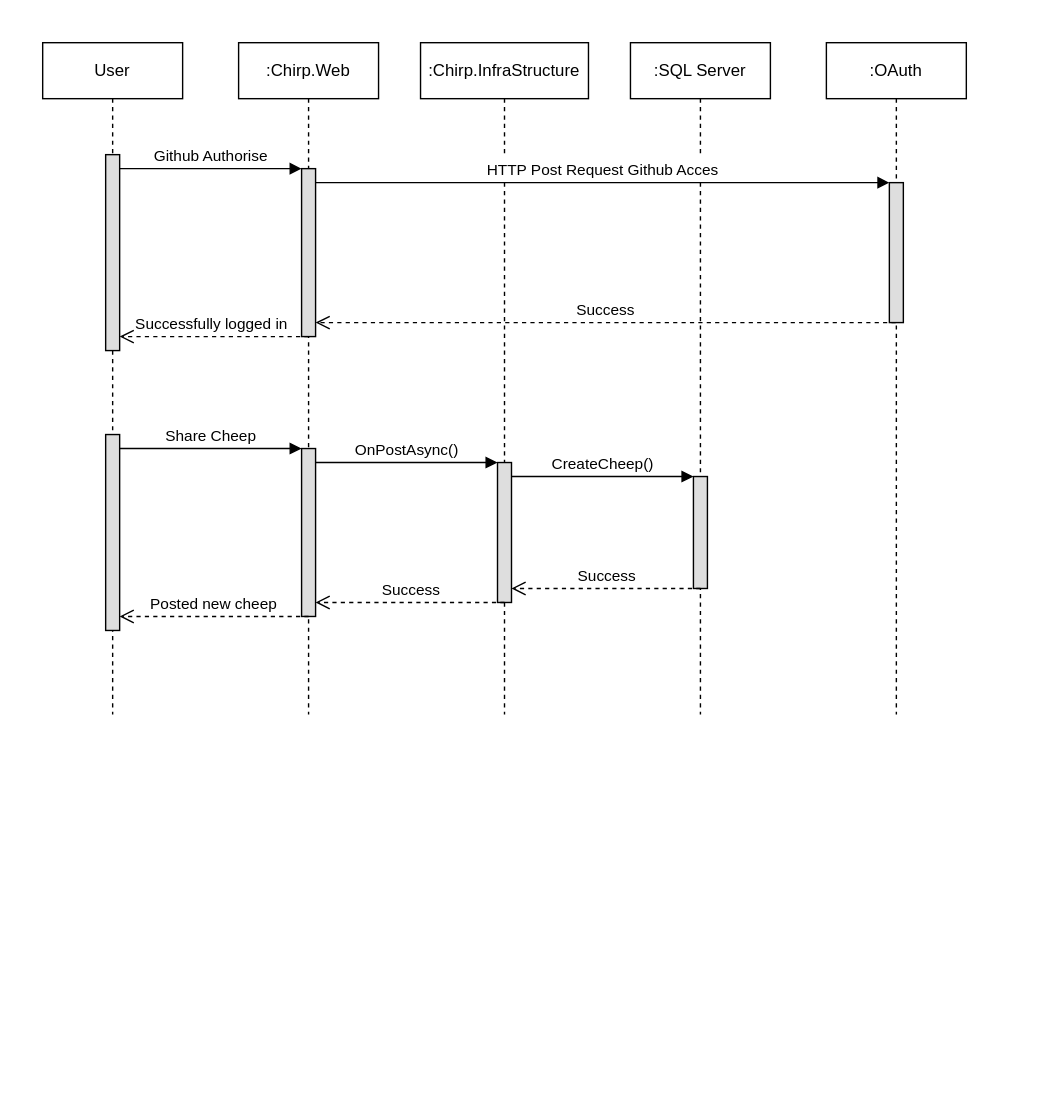
The draw.io diagram docs/Diagrams/SequenceDiagram2.drawio.svg in ITU-BDSA2024-GROUP22/Chirp, before a commit. Source tidied: cells renumbered, new cells last; positions are measured from the earlier drawing's top-left corner, leaving out a move shared by most shapes.
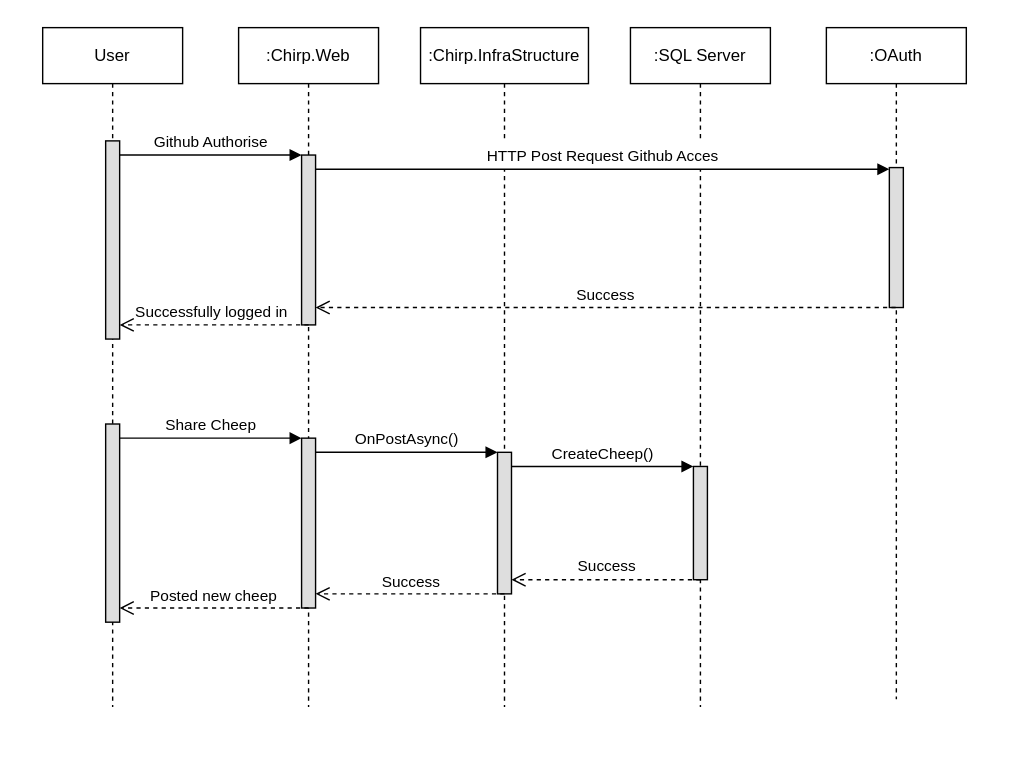
Later version of the same file.

Commit message:
added sequence diagram 2

What changed in the source:
```diff
@@ -2,127 +2,124 @@
   <root>
     <mxCell id="0" />
     <mxCell id="1" parent="0" />
-    <mxCell id="2" style="group;" parent="1" vertex="1">
-      <mxGeometry x="30" y="30" width="710" height="750" as="geometry" />
-    </mxCell>
-    <mxCell id="3" style="rounded=0;whiteSpace=wrap;html=1;strokeColor=#ffffff;" parent="2" vertex="1">
-      <mxGeometry x="-30" y="-30" width="740" height="580" as="geometry" />
-    </mxCell>
+    <mxCell id="27" style="rounded=0;whiteSpace=wrap;html=1;strokeColor=none;" parent="1" vertex="1">
+      <mxGeometry y="10" width="720" height="544" as="geometry" />
+    </mxCell>
+    <mxCell id="24" value=":OAuth" style="shape=umlLifeline;perimeter=lifelinePerimeter;whiteSpace=wrap;html=1;outlineConnect=0;portConstraint=eastwest;newEdgeStyle={&quot;edgeStyle&quot;:&quot;elbowEdgeStyle&quot;,&quot;elbow&quot;:&quot;vertical&quot;,&quot;curved&quot;:0,&quot;rounded&quot;:0};" parent="1" vertex="1">
+      <mxGeometry x="590" y="30" width="100" height="480" as="geometry" />
+    </mxCell>
+    <mxCell id="25" style="html=1;perimeter=orthogonalPerimeter;targetShapes=umlLifeline;newEdgeStyle={&quot;edgeStyle&quot;:&quot;elbowEdgeStyle&quot;,&quot;elbow&quot;:&quot;vertical&quot;,&quot;curved&quot;:0,&quot;rounded&quot;:0};fillColor=#dedede;" parent="24" vertex="1">
+      <mxGeometry x="45" y="100" width="10" height="100" as="geometry" />
+    </mxCell>
+    <mxCell id="26" value="Success" style="html=1;verticalAlign=bottom;endArrow=open;dashed=1;endSize=8;edgeStyle=elbowEdgeStyle;elbow=vertical;curved=0;rounded=0;" parent="1" edge="1" source="24" target="5">
+      <mxGeometry relative="1" as="geometry">
+        <Array as="points">
+          <mxPoint x="320" y="230" />
+          <mxPoint x="300" y="240" />
+        </Array>
+      </mxGeometry>
+    </mxCell>
-    <mxCell id="4" value=":Chirp.Web" style="shape=umlLifeline;perimeter=lifelinePerimeter;whiteSpace=wrap;html=1;newEdgeStyle={&quot;edgeStyle&quot;:&quot;elbowEdgeStyle&quot;,&quot;elbow&quot;:&quot;vertical&quot;,&quot;curved&quot;:0,&quot;rounded&quot;:0};" parent="2" vertex="1">
-      <mxGeometry x="140" width="100" height="480" as="geometry" />
+    <mxCell id="4" value=":Chirp.Web" style="shape=umlLifeline;perimeter=lifelinePerimeter;whiteSpace=wrap;html=1;newEdgeStyle={&quot;edgeStyle&quot;:&quot;elbowEdgeStyle&quot;,&quot;elbow&quot;:&quot;vertical&quot;,&quot;curved&quot;:0,&quot;rounded&quot;:0};" parent="1" vertex="1">
+      <mxGeometry x="170" y="30" width="100" height="485.5" as="geometry" />
     </mxCell>
     <mxCell id="5" style="html=1;points=[];perimeter=orthogonalPerimeter;outlineConnect=0;targetShapes=umlLifeline;portConstraint=eastwest;newEdgeStyle={&quot;edgeStyle&quot;:&quot;elbowEdgeStyle&quot;,&quot;elbow&quot;:&quot;vertical&quot;,&quot;curved&quot;:0,&quot;rounded&quot;:0};fillColor=#dedede;" parent="4" vertex="1">
-      <mxGeometry x="45" y="90" width="10" height="120" as="geometry" />
+      <mxGeometry x="45" y="91" width="10" height="121.4" as="geometry" />
     </mxCell>
-    <mxCell id="6" value=":Chirp.InfraStructure" style="shape=umlLifeline;perimeter=lifelinePerimeter;whiteSpace=wrap;html=1;newEdgeStyle={&quot;edgeStyle&quot;:&quot;elbowEdgeStyle&quot;,&quot;elbow&quot;:&quot;vertical&quot;,&quot;curved&quot;:0,&quot;rounded&quot;:0};" parent="2" vertex="1">
-      <mxGeometry x="270" width="120" height="480" as="geometry" />
+    <mxCell id="6" value=":Chirp.InfraStructure" style="shape=umlLifeline;perimeter=lifelinePerimeter;whiteSpace=wrap;html=1;newEdgeStyle={&quot;edgeStyle&quot;:&quot;elbowEdgeStyle&quot;,&quot;elbow&quot;:&quot;vertical&quot;,&quot;curved&quot;:0,&quot;rounded&quot;:0};" parent="1" vertex="1">
+      <mxGeometry x="300" y="30" width="120" height="485.5" as="geometry" />
     </mxCell>
-    <mxCell id="7" value=":SQL Server" style="shape=umlLifeline;perimeter=lifelinePerimeter;whiteSpace=wrap;html=1;newEdgeStyle={&quot;edgeStyle&quot;:&quot;elbowEdgeStyle&quot;,&quot;elbow&quot;:&quot;vertical&quot;,&quot;curved&quot;:0,&quot;rounded&quot;:0};" parent="2" vertex="1">
-      <mxGeometry x="420" width="100" height="480" as="geometry" />
+    <mxCell id="7" value=":SQL Server" style="shape=umlLifeline;perimeter=lifelinePerimeter;whiteSpace=wrap;html=1;newEdgeStyle={&quot;edgeStyle&quot;:&quot;elbowEdgeStyle&quot;,&quot;elbow&quot;:&quot;vertical&quot;,&quot;curved&quot;:0,&quot;rounded&quot;:0};" parent="1" vertex="1">
+      <mxGeometry x="450" y="30" width="100" height="485.5" as="geometry" />
     </mxCell>
-    <mxCell id="8" value="User" style="shape=umlLifeline;perimeter=lifelinePerimeter;whiteSpace=wrap;html=1;newEdgeStyle={&quot;edgeStyle&quot;:&quot;elbowEdgeStyle&quot;,&quot;elbow&quot;:&quot;vertical&quot;,&quot;curved&quot;:0,&quot;rounded&quot;:0};" parent="2" vertex="1">
-      <mxGeometry width="100" height="480" as="geometry" />
+    <mxCell id="8" value="User" style="shape=umlLifeline;perimeter=lifelinePerimeter;whiteSpace=wrap;html=1;newEdgeStyle={&quot;edgeStyle&quot;:&quot;elbowEdgeStyle&quot;,&quot;elbow&quot;:&quot;vertical&quot;,&quot;curved&quot;:0,&quot;rounded&quot;:0};" parent="1" vertex="1">
+      <mxGeometry x="30" y="30" width="100" height="485.5" as="geometry" />
     </mxCell>
     <mxCell id="9" style="html=1;points=[];perimeter=orthogonalPerimeter;outlineConnect=0;targetShapes=umlLifeline;portConstraint=eastwest;newEdgeStyle={&quot;edgeStyle&quot;:&quot;elbowEdgeStyle&quot;,&quot;elbow&quot;:&quot;vertical&quot;,&quot;curved&quot;:0,&quot;rounded&quot;:0};fillColor=#dedede;" parent="8" vertex="1">
-      <mxGeometry x="45" y="80" width="10" height="140" as="geometry" />
+      <mxGeometry x="45" y="80.9" width="10" height="141.6" as="geometry" />
     </mxCell>
-    <mxCell id="10" value="Successfully logged in&amp;nbsp;" style="html=1;verticalAlign=bottom;endArrow=open;dashed=1;endSize=8;edgeStyle=elbowEdgeStyle;elbow=vertical;curved=0;rounded=0;" parent="2" edge="1" target="9">
+    <mxCell id="10" value="Successfully logged in&amp;nbsp;" style="html=1;verticalAlign=bottom;endArrow=open;dashed=1;endSize=8;edgeStyle=elbowEdgeStyle;elbow=vertical;curved=0;rounded=0;" parent="1" edge="1" target="9">
       <mxGeometry relative="1" as="geometry">
-        <mxPoint x="190" y="210" as="sourcePoint" />
+        <mxPoint x="220" y="242.4" as="sourcePoint" />
         <Array as="points">
-          <mxPoint x="155" y="210" />
-          <mxPoint x="135" y="220" />
+          <mxPoint x="185" y="242.4" />
+          <mxPoint x="165" y="252.5" />
         </Array>
       </mxGeometry>
     </mxCell>
-    <mxCell id="11" value="Github Authorise" style="html=1;verticalAlign=bottom;endArrow=block;curved=0;rounded=0;" parent="2" edge="1">
+    <mxCell id="11" value="Github Authorise" style="html=1;verticalAlign=bottom;endArrow=block;curved=0;rounded=0;" parent="1" edge="1">
       <mxGeometry relative="1" as="geometry">
-        <mxPoint x="55" y="90" as="sourcePoint" />
-        <mxPoint x="185" y="90" as="targetPoint" />
+        <mxPoint x="85" y="121" as="sourcePoint" />
+        <mxPoint x="215" y="121" as="targetPoint" />
       </mxGeometry>
     </mxCell>
-    <mxCell id="12" style="rounded=0;whiteSpace=wrap;html=1;strokeColor=none;" parent="2" vertex="1">
-      <mxGeometry x="310" y="80" width="180" height="20" as="geometry" />
+    <mxCell id="12" style="rounded=0;whiteSpace=wrap;html=1;strokeColor=none;" parent="1" vertex="1">
+      <mxGeometry x="340" y="110.9" width="180" height="20.2" as="geometry" />
     </mxCell>
-    <mxCell id="13" style="html=1;perimeter=orthogonalPerimeter;targetShapes=umlLifeline;newEdgeStyle={&quot;edgeStyle&quot;:&quot;elbowEdgeStyle&quot;,&quot;elbow&quot;:&quot;vertical&quot;,&quot;curved&quot;:0,&quot;rounded&quot;:0};fillColor=#dedede;" parent="2" vertex="1">
-      <mxGeometry x="45" y="280" width="10" height="140" as="geometry" />
+    <mxCell id="13" style="html=1;perimeter=orthogonalPerimeter;targetShapes=umlLifeline;newEdgeStyle={&quot;edgeStyle&quot;:&quot;elbowEdgeStyle&quot;,&quot;elbow&quot;:&quot;vertical&quot;,&quot;curved&quot;:0,&quot;rounded&quot;:0};fillColor=#dedede;" parent="1" vertex="1">
+      <mxGeometry x="75" y="313.2" width="10" height="141.6" as="geometry" />
     </mxCell>
-    <mxCell id="14" value="HTTP Post Request Github Acces" style="html=1;verticalAlign=bottom;endArrow=block;curved=0;rounded=0;" parent="2" edge="1">
+    <mxCell id="14" value="HTTP Post Request Github Acces" style="html=1;verticalAlign=bottom;endArrow=block;curved=0;rounded=0;" parent="1" edge="1">
       <mxGeometry relative="1" as="geometry">
-        <mxPoint x="195" y="100" as="sourcePoint" />
-        <mxPoint x="605" y="100" as="targetPoint" />
+        <mxPoint x="225" y="131.2" as="sourcePoint" />
+        <mxPoint x="635" y="131.2" as="targetPoint" />
       </mxGeometry>
     </mxCell>
-    <mxCell id="15" style="html=1;perimeter=orthogonalPerimeter;targetShapes=umlLifeline;newEdgeStyle={&quot;edgeStyle&quot;:&quot;elbowEdgeStyle&quot;,&quot;elbow&quot;:&quot;vertical&quot;,&quot;curved&quot;:0,&quot;rounded&quot;:0};fillColor=#dedede;" parent="2" vertex="1">
-      <mxGeometry x="185" y="290" width="10" height="120" as="geometry" />
+    <mxCell id="15" style="html=1;perimeter=orthogonalPerimeter;targetShapes=umlLifeline;newEdgeStyle={&quot;edgeStyle&quot;:&quot;elbowEdgeStyle&quot;,&quot;elbow&quot;:&quot;vertical&quot;,&quot;curved&quot;:0,&quot;rounded&quot;:0};fillColor=#dedede;" parent="1" vertex="1">
+      <mxGeometry x="215" y="323.3" width="10" height="121.4" as="geometry" />
     </mxCell>
-    <mxCell id="16" value="Share Cheep" style="html=1;verticalAlign=bottom;endArrow=block;curved=0;rounded=0;" parent="2" edge="1">
+    <mxCell id="16" value="Share Cheep" style="html=1;verticalAlign=bottom;endArrow=block;curved=0;rounded=0;" parent="1" edge="1">
       <mxGeometry relative="1" as="geometry">
-        <mxPoint x="55" y="290" as="sourcePoint" />
-        <mxPoint x="185" y="290" as="targetPoint" />
+        <mxPoint x="85" y="323.3" as="sourcePoint" />
+        <mxPoint x="215" y="323.3" as="targetPoint" />
       </mxGeometry>
     </mxCell>
-    <mxCell id="17" style="html=1;perimeter=orthogonalPerimeter;targetShapes=umlLifeline;newEdgeStyle={&quot;edgeStyle&quot;:&quot;elbowEdgeStyle&quot;,&quot;elbow&quot;:&quot;vertical&quot;,&quot;curved&quot;:0,&quot;rounded&quot;:0};fillColor=#dedede;" parent="2" vertex="1">
-      <mxGeometry x="325" y="300" width="10" height="100" as="geometry" />
+    <mxCell id="17" style="html=1;perimeter=orthogonalPerimeter;targetShapes=umlLifeline;newEdgeStyle={&quot;edgeStyle&quot;:&quot;elbowEdgeStyle&quot;,&quot;elbow&quot;:&quot;vertical&quot;,&quot;curved&quot;:0,&quot;rounded&quot;:0};fillColor=#dedede;" parent="1" vertex="1">
+      <mxGeometry x="355" y="333.5" width="10" height="101.2" as="geometry" />
     </mxCell>
-    <mxCell id="18" style="html=1;perimeter=orthogonalPerimeter;targetShapes=umlLifeline;newEdgeStyle={&quot;edgeStyle&quot;:&quot;elbowEdgeStyle&quot;,&quot;elbow&quot;:&quot;vertical&quot;,&quot;curved&quot;:0,&quot;rounded&quot;:0};fillColor=#dedede;" parent="2" vertex="1">
-      <mxGeometry x="465" y="310" width="10" height="80" as="geometry" />
+    <mxCell id="18" style="html=1;perimeter=orthogonalPerimeter;targetShapes=umlLifeline;newEdgeStyle={&quot;edgeStyle&quot;:&quot;elbowEdgeStyle&quot;,&quot;elbow&quot;:&quot;vertical&quot;,&quot;curved&quot;:0,&quot;rounded&quot;:0};fillColor=#dedede;" parent="1" vertex="1">
+      <mxGeometry x="495" y="343.6" width="10" height="80.9" as="geometry" />
     </mxCell>
-    <mxCell id="19" value="OnPostAsync()" style="html=1;verticalAlign=bottom;endArrow=block;curved=0;rounded=0;" parent="2" edge="1">
+    <mxCell id="19" value="OnPostAsync()" style="html=1;verticalAlign=bottom;endArrow=block;curved=0;rounded=0;" parent="1" edge="1">
       <mxGeometry relative="1" as="geometry">
-        <mxPoint x="195" y="300" as="sourcePoint" />
-        <mxPoint x="325" y="300" as="targetPoint" />
+        <mxPoint x="225" y="333.5" as="sourcePoint" />
+        <mxPoint x="355" y="333.5" as="targetPoint" />
       </mxGeometry>
     </mxCell>
-    <mxCell id="20" value="CreateCheep()" style="html=1;verticalAlign=bottom;endArrow=block;curved=0;rounded=0;" parent="2" edge="1">
+    <mxCell id="20" value="CreateCheep()" style="html=1;verticalAlign=bottom;endArrow=block;curved=0;rounded=0;" parent="1" edge="1">
       <mxGeometry relative="1" as="geometry">
-        <mxPoint x="335" y="310" as="sourcePoint" />
-        <mxPoint x="465" y="310" as="targetPoint" />
+        <mxPoint x="365" y="343.6" as="sourcePoint" />
+        <mxPoint x="495" y="343.6" as="targetPoint" />
       </mxGeometry>
     </mxCell>
-    <mxCell id="21" value="Success" style="html=1;verticalAlign=bottom;endArrow=open;dashed=1;endSize=8;edgeStyle=elbowEdgeStyle;elbow=vertical;curved=0;rounded=0;" parent="2" edge="1">
+    <mxCell id="21" value="Success" style="html=1;verticalAlign=bottom;endArrow=open;dashed=1;endSize=8;edgeStyle=elbowEdgeStyle;elbow=vertical;curved=0;rounded=0;" parent="1" edge="1">
       <mxGeometry relative="1" as="geometry">
-        <mxPoint x="470" y="390" as="sourcePoint" />
-        <mxPoint x="335" y="390" as="targetPoint" />
+        <mxPoint x="500" y="424.5" as="sourcePoint" />
+        <mxPoint x="365" y="424.5" as="targetPoint" />
         <Array as="points">
-          <mxPoint x="435" y="390" />
-          <mxPoint x="415" y="400" />
+          <mxPoint x="465" y="424.5" />
+          <mxPoint x="445" y="434.6" />
         </Array>
       </mxGeometry>
     </mxCell>
-    <mxCell id="22" value="Success" style="html=1;verticalAlign=bottom;endArrow=open;dashed=1;endSize=8;edgeStyle=elbowEdgeStyle;elbow=vertical;curved=0;rounded=0;" parent="2" edge="1">
+    <mxCell id="22" value="Success" style="html=1;verticalAlign=bottom;endArrow=open;dashed=1;endSize=8;edgeStyle=elbowEdgeStyle;elbow=vertical;curved=0;rounded=0;" parent="1" edge="1">
       <mxGeometry relative="1" as="geometry">
-        <mxPoint x="330" y="400" as="sourcePoint" />
-        <mxPoint x="195" y="400" as="targetPoint" />
+        <mxPoint x="360" y="434.6" as="sourcePoint" />
+        <mxPoint x="225" y="434.6" as="targetPoint" />
         <Array as="points">
-          <mxPoint x="295" y="400" />
-          <mxPoint x="275" y="410" />
+          <mxPoint x="325" y="434.6" />
+          <mxPoint x="305" y="444.7" />
         </Array>
       </mxGeometry>
     </mxCell>
-    <mxCell id="23" value="Posted new cheep" style="html=1;verticalAlign=bottom;endArrow=open;dashed=1;endSize=8;edgeStyle=elbowEdgeStyle;elbow=vertical;curved=0;rounded=0;" parent="2" edge="1">
+    <mxCell id="23" value="Posted new cheep" style="html=1;verticalAlign=bottom;endArrow=open;dashed=1;endSize=8;edgeStyle=elbowEdgeStyle;elbow=vertical;curved=0;rounded=0;" parent="1" edge="1">
       <mxGeometry relative="1" as="geometry">
-        <mxPoint x="190" y="410" as="sourcePoint" />
-        <mxPoint x="55" y="410" as="targetPoint" />
+        <mxPoint x="220" y="444.7" as="sourcePoint" />
+        <mxPoint x="85" y="444.7" as="targetPoint" />
         <Array as="points">
-          <mxPoint x="155" y="410" />
-          <mxPoint x="135" y="420" />
+          <mxPoint x="185" y="444.7" />
+          <mxPoint x="165" y="454.8" />
         </Array>
       </mxGeometry>
     </mxCell>
-    <mxCell id="24" value=":OAuth" style="shape=umlLifeline;perimeter=lifelinePerimeter;whiteSpace=wrap;html=1;outlineConnect=0;portConstraint=eastwest;newEdgeStyle={&quot;edgeStyle&quot;:&quot;elbowEdgeStyle&quot;,&quot;elbow&quot;:&quot;vertical&quot;,&quot;curved&quot;:0,&quot;rounded&quot;:0};" parent="1" vertex="1">
-      <mxGeometry x="590" y="30" width="100" height="480" as="geometry" />
-    </mxCell>
-    <mxCell id="25" style="html=1;perimeter=orthogonalPerimeter;targetShapes=umlLifeline;newEdgeStyle={&quot;edgeStyle&quot;:&quot;elbowEdgeStyle&quot;,&quot;elbow&quot;:&quot;vertical&quot;,&quot;curved&quot;:0,&quot;rounded&quot;:0};fillColor=#dedede;" parent="24" vertex="1">
-      <mxGeometry x="45" y="100" width="10" height="100" as="geometry" />
-    </mxCell>
-    <mxCell id="26" value="Success" style="html=1;verticalAlign=bottom;endArrow=open;dashed=1;endSize=8;edgeStyle=elbowEdgeStyle;elbow=vertical;curved=0;rounded=0;" parent="1" edge="1" source="24" target="5">
-      <mxGeometry relative="1" as="geometry">
-        <Array as="points">
-          <mxPoint x="320" y="230" />
-          <mxPoint x="300" y="240" />
-        </Array>
-      </mxGeometry>
-    </mxCell>
   </root>
 </mxGraphModel>
```
